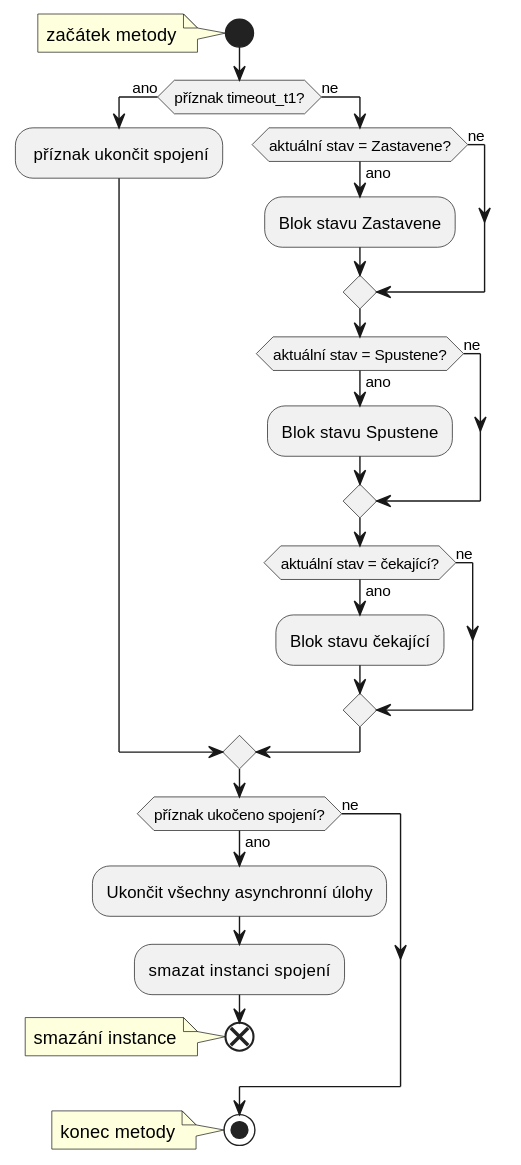
Above: IEC104_SERVER/IEC104_v7/diagramy/handle_apdu_states_all.svg in SlavekRylich/IEC104 (PlantUML), before the change.
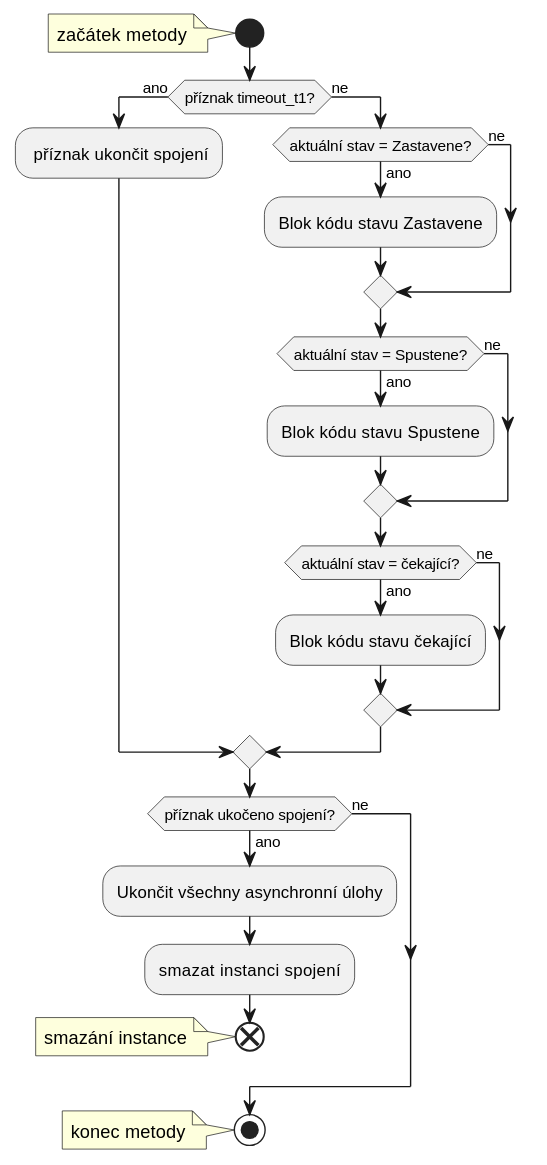
The same diagram one commit later.

Diff of the diagram source:
```diff
@@ -5,15 +5,15 @@
     : příznak ukončit spojení;
 else (ne)
 if (aktuální stav = Zastavene?) then (ano)
-:Blok stavu Zastavene;
+:Blok kódu stavu Zastavene;
 else (ne)
 endif
 if (aktuální stav = Spustene?) then (ano)
-:Blok stavu Spustene;
+:Blok kódu stavu Spustene;
 else (ne)
 endif
 if (aktuální stav = čekající?) then (ano)
-:Blok stavu čekající;
+:Blok kódu stavu čekající;
 else (ne)
 endif
 endif
```
